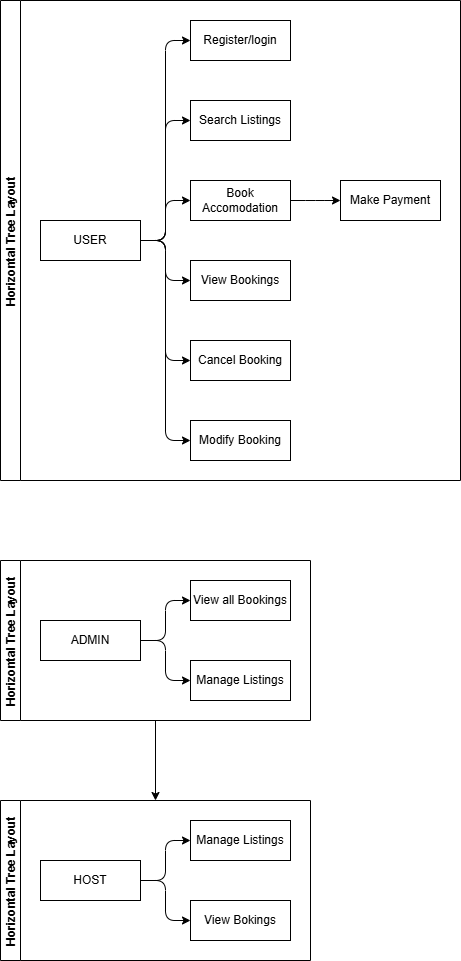
Allen-Tanaka/requirement-analysis keeps this draw.io diagram as alx-booking-uc.png. Above is the earlier version. Source tidied: cells renumbered, new cells last; positions are measured from the earlier drawing's top-left corner, leaving out a move shared by most shapes. The source it was exported from:
```xml
<mxGraphModel>
  <root>
    <mxCell id="0" />
    <mxCell id="1" parent="0" />
    <mxCell id="2" value="Horizontal Tree Layout" style="swimlane;startSize=20;horizontal=0;horizontalTree=1;sortEdges=1;containerType=tree;fontSize=12;" parent="1" vertex="1">
      <mxGeometry width="460" height="480" as="geometry" />
    </mxCell>
    <mxCell id="3" value="USER" style="whiteSpace=wrap;html=1;" parent="2" vertex="1">
      <mxGeometry x="40" y="220" width="100" height="40" as="geometry" />
    </mxCell>
    <mxCell id="4" value="Register/login" style="whiteSpace=wrap;html=1;" parent="2" vertex="1">
      <mxGeometry x="190" y="20" width="100" height="40" as="geometry" />
    </mxCell>
    <mxCell id="5" style="edgeStyle=elbowEdgeStyle;elbow=horizontal;html=1;rounded=1;curved=0;sourcePerimeterSpacing=0;targetPerimeterSpacing=0;startSize=6;endSize=6;" parent="2" edge="1" source="3" target="4">
      <mxGeometry relative="1" as="geometry" />
    </mxCell>
    <mxCell id="6" value="Search Listings" style="whiteSpace=wrap;html=1;" parent="2" vertex="1">
      <mxGeometry x="190" y="100" width="100" height="40" as="geometry" />
    </mxCell>
    <mxCell id="7" style="edgeStyle=elbowEdgeStyle;elbow=horizontal;html=1;rounded=1;curved=0;sourcePerimeterSpacing=0;targetPerimeterSpacing=0;startSize=6;endSize=6;" parent="2" edge="1" source="3" target="6">
      <mxGeometry relative="1" as="geometry" />
    </mxCell>
    <mxCell id="8" style="edgeStyle=elbowEdgeStyle;elbow=horizontal;html=1;rounded=1;curved=0;sourcePerimeterSpacing=0;targetPerimeterSpacing=0;startSize=6;endSize=6;" parent="2" edge="1" source="3" target="9">
      <mxGeometry relative="1" as="geometry" />
    </mxCell>
    <mxCell id="9" value="Book Accomodation" style="whiteSpace=wrap;html=1;" parent="2" vertex="1">
      <mxGeometry x="190" y="180" width="100" height="40" as="geometry" />
    </mxCell>
    <mxCell id="10" style="edgeStyle=elbowEdgeStyle;elbow=horizontal;html=1;rounded=1;curved=0;sourcePerimeterSpacing=0;targetPerimeterSpacing=0;startSize=6;endSize=6;" parent="2" edge="1" source="3" target="11">
      <mxGeometry relative="1" as="geometry" />
    </mxCell>
    <mxCell id="11" value="View Bookings" style="whiteSpace=wrap;html=1;" parent="2" vertex="1">
      <mxGeometry x="190" y="260" width="100" height="40" as="geometry" />
    </mxCell>
    <mxCell id="12" style="edgeStyle=elbowEdgeStyle;elbow=horizontal;html=1;rounded=1;curved=0;sourcePerimeterSpacing=0;targetPerimeterSpacing=0;startSize=6;endSize=6;" parent="2" edge="1" source="3" target="13">
      <mxGeometry relative="1" as="geometry" />
    </mxCell>
    <mxCell id="13" value="Cancel Booking" style="whiteSpace=wrap;html=1;" parent="2" vertex="1">
      <mxGeometry x="190" y="340" width="100" height="40" as="geometry" />
    </mxCell>
    <mxCell id="14" style="edgeStyle=elbowEdgeStyle;elbow=horizontal;html=1;rounded=1;curved=0;sourcePerimeterSpacing=0;targetPerimeterSpacing=0;startSize=6;endSize=6;" parent="2" edge="1" source="9" target="15">
      <mxGeometry relative="1" as="geometry" />
    </mxCell>
    <mxCell id="15" value="Make Payment" style="whiteSpace=wrap;html=1;" parent="2" vertex="1">
      <mxGeometry x="340" y="180" width="100" height="40" as="geometry" />
    </mxCell>
    <mxCell id="16" style="edgeStyle=elbowEdgeStyle;elbow=horizontal;html=1;rounded=1;curved=0;sourcePerimeterSpacing=0;targetPerimeterSpacing=0;startSize=6;endSize=6;" parent="2" edge="1" source="3" target="17">
      <mxGeometry relative="1" as="geometry" />
    </mxCell>
    <mxCell id="17" value="Modify Booking" style="whiteSpace=wrap;html=1;" parent="2" vertex="1">
      <mxGeometry x="190" y="420" width="100" height="40" as="geometry" />
    </mxCell>
    <mxCell id="18" style="edgeStyle=orthogonalEdgeStyle;rounded=0;jettySize=auto;html=1;" parent="1" edge="1" source="19" target="25">
      <mxGeometry relative="1" as="geometry" />
    </mxCell>
    <mxCell id="19" value="Horizontal Tree Layout" style="swimlane;startSize=20;horizontal=0;horizontalTree=1;sortEdges=1;containerType=tree;fontSize=12;" parent="1" vertex="1">
      <mxGeometry y="560" width="310" height="160" as="geometry" />
    </mxCell>
    <mxCell id="20" value="ADMIN" style="whiteSpace=wrap;html=1;" parent="19" vertex="1">
      <mxGeometry x="40" y="60" width="100" height="40" as="geometry" />
    </mxCell>
    <mxCell id="21" style="edgeStyle=elbowEdgeStyle;elbow=horizontal;html=1;rounded=1;curved=0;sourcePerimeterSpacing=0;targetPerimeterSpacing=0;startSize=6;endSize=6;" parent="19" edge="1" source="20" target="22">
      <mxGeometry relative="1" as="geometry" />
    </mxCell>
    <mxCell id="22" value="View all Bookings" style="whiteSpace=wrap;html=1;" parent="19" vertex="1">
      <mxGeometry x="190" y="20" width="100" height="40" as="geometry" />
    </mxCell>
    <mxCell id="23" style="edgeStyle=elbowEdgeStyle;elbow=horizontal;html=1;rounded=1;curved=0;sourcePerimeterSpacing=0;targetPerimeterSpacing=0;startSize=6;endSize=6;" parent="19" edge="1" source="20" target="24">
      <mxGeometry relative="1" as="geometry" />
    </mxCell>
    <mxCell id="24" value="Manage Listings" style="whiteSpace=wrap;html=1;" parent="19" vertex="1">
      <mxGeometry x="190" y="100" width="100" height="40" as="geometry" />
    </mxCell>
    <mxCell id="25" value="Horizontal Tree Layout" style="swimlane;startSize=20;horizontal=0;horizontalTree=1;sortEdges=1;containerType=tree;fontSize=12;" parent="1" vertex="1">
      <mxGeometry y="800" width="310" height="160" as="geometry" />
    </mxCell>
    <mxCell id="26" value="HOST" style="whiteSpace=wrap;html=1;" parent="25" vertex="1">
      <mxGeometry x="40" y="60" width="100" height="40" as="geometry" />
    </mxCell>
    <mxCell id="27" style="edgeStyle=elbowEdgeStyle;elbow=horizontal;html=1;rounded=1;curved=0;sourcePerimeterSpacing=0;targetPerimeterSpacing=0;startSize=6;endSize=6;" parent="25" edge="1" source="26" target="28">
      <mxGeometry relative="1" as="geometry" />
    </mxCell>
    <mxCell id="28" value="Manage Listings" style="whiteSpace=wrap;html=1;" parent="25" vertex="1">
      <mxGeometry x="190" y="20" width="100" height="40" as="geometry" />
    </mxCell>
    <mxCell id="29" style="edgeStyle=elbowEdgeStyle;elbow=horizontal;html=1;rounded=1;curved=0;sourcePerimeterSpacing=0;targetPerimeterSpacing=0;startSize=6;endSize=6;" parent="25" edge="1" source="26" target="30">
      <mxGeometry relative="1" as="geometry" />
    </mxCell>
    <mxCell id="30" value="View Bokings" style="whiteSpace=wrap;html=1;" parent="25" vertex="1">
      <mxGeometry x="190" y="100" width="100" height="40" as="geometry" />
    </mxCell>
  </root>
</mxGraphModel>
```
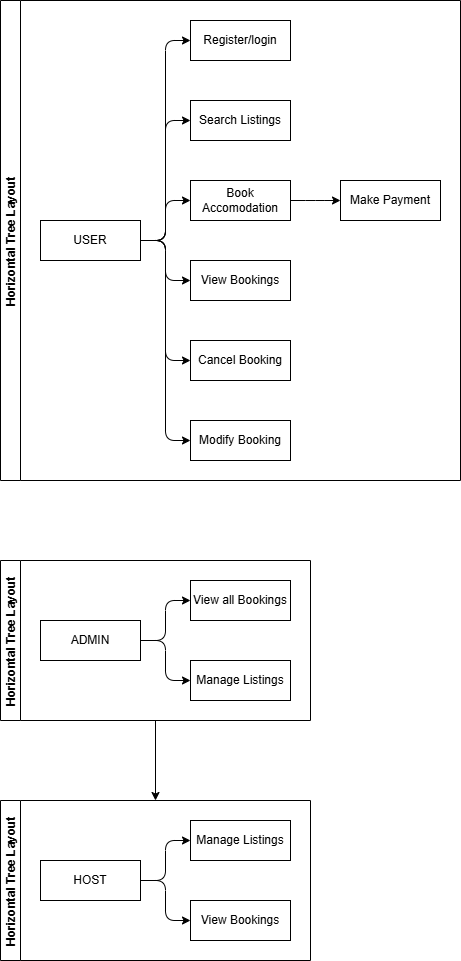
After the change.

Diff of the diagram source:
```diff
@@ -86,7 +86,7 @@
     <mxCell id="29" style="edgeStyle=elbowEdgeStyle;elbow=horizontal;html=1;rounded=1;curved=0;sourcePerimeterSpacing=0;targetPerimeterSpacing=0;startSize=6;endSize=6;" parent="25" edge="1" source="26" target="30">
       <mxGeometry relative="1" as="geometry" />
     </mxCell>
-    <mxCell id="30" value="View Bokings" style="whiteSpace=wrap;html=1;" parent="25" vertex="1">
+    <mxCell id="30" value="View Bookings" style="whiteSpace=wrap;html=1;" parent="25" vertex="1">
       <mxGeometry x="190" y="100" width="100" height="40" as="geometry" />
     </mxCell>
   </root>
```
